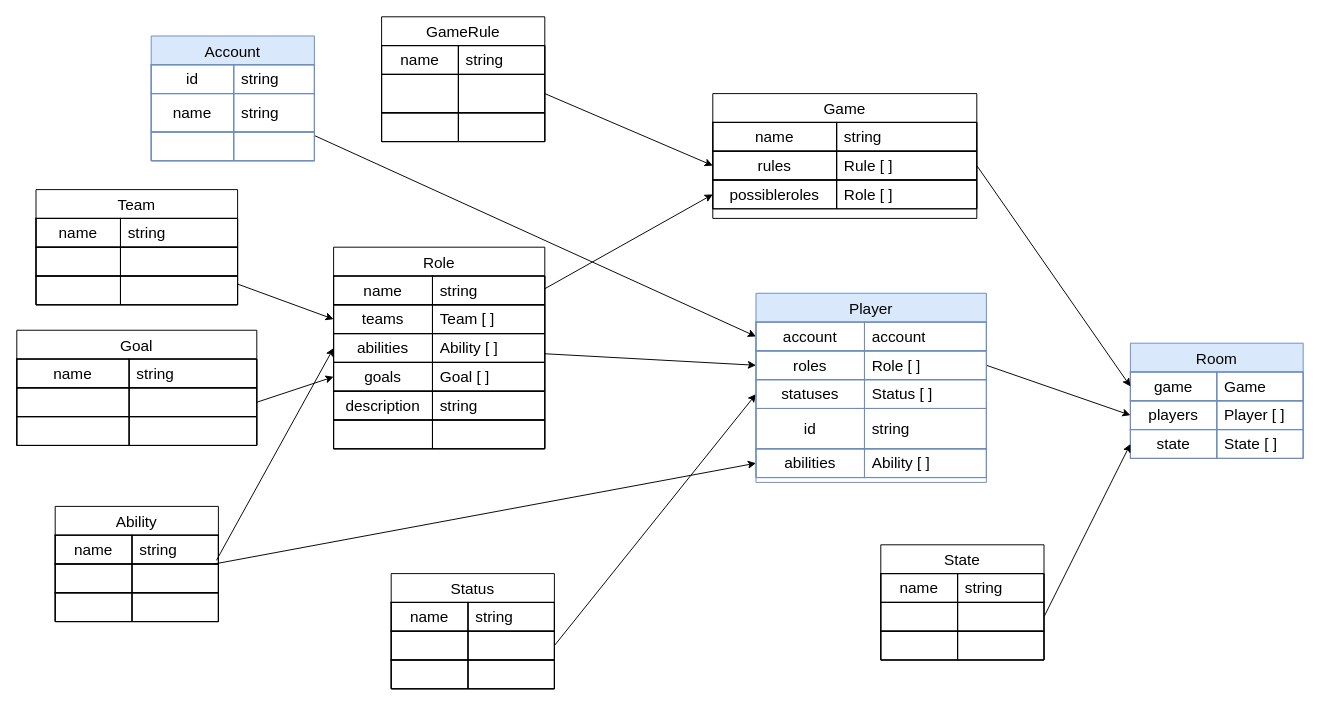
Before: docs/engine.drawio in JohnPBlack89/SlyDevil, a draw.io diagram. Source tidied: cells renumbered, new cells numbered last; positions are measured from the earlier drawing's top-left corner, leaving out a move shared by most shapes. Both pictures are drawn from the tidied source at 96%, with x=0, y=0 at pixel (16, 16).
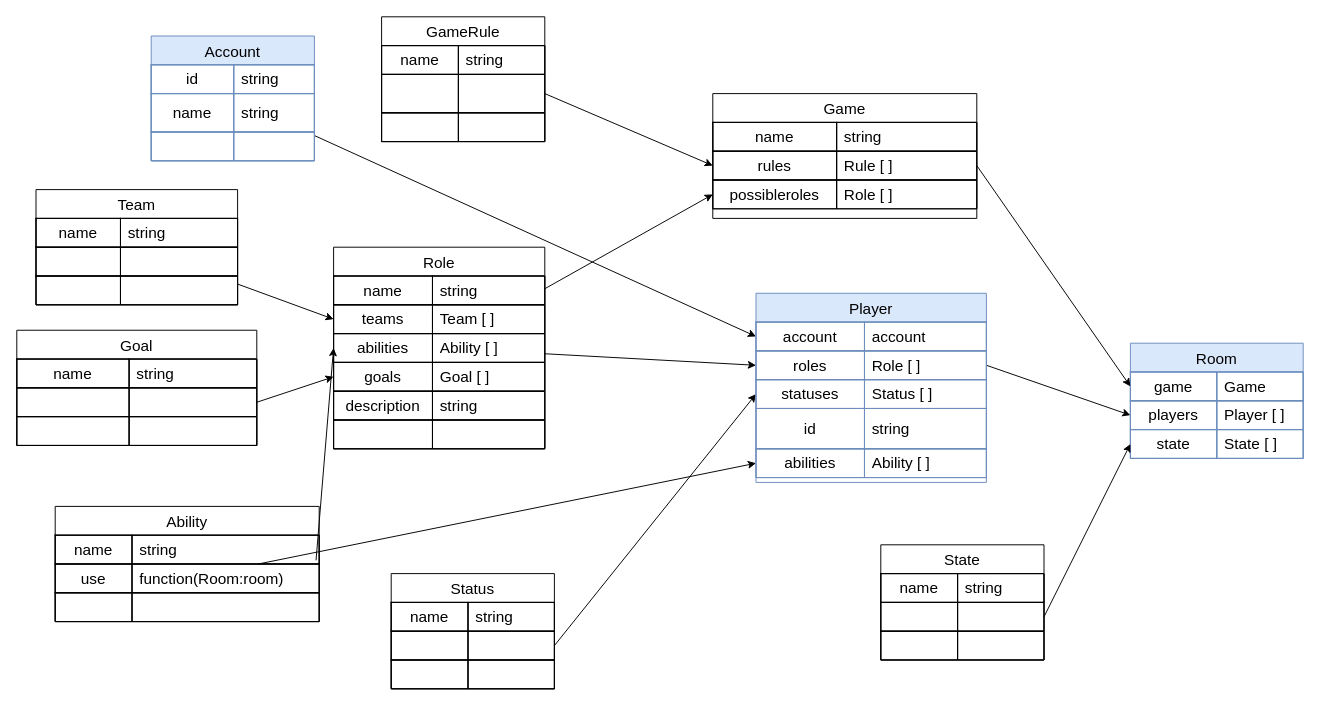
After the change.

Diff of the diagram source:
```diff
@@
     <mxCell id="67" value="Ability" style="shape=table;tableRender=collapsed;startSize=30;childLayout=tableLayout;rowLines=0;fontStyle=0;strokeColor=default;fontSize=16;" parent="1" vertex="1">
-      <mxGeometry x="40" y="510" width="170" height="120" as="geometry" />
+      <mxGeometry x="40" y="510" width="275" height="120" as="geometry" />
     </mxCell>
     <mxCell id="68" style="shape=tableRow;horizontal=0;startSize=0;swimlaneHead=0;swimlaneBody=0;fillColor=none;points=[[0,0.5],[1,0.5]];portConstraint=eastwest;strokeColor=inherit;fontSize=16;" parent="67" vertex="1">
-      <mxGeometry y="30" width="170" height="30" as="geometry" />
+      <mxGeometry y="30" width="275" height="30" as="geometry" />
     </mxCell>
@@
     <mxCell id="70" value="string" style="shape=partialRectangle;html=1;whiteSpace=wrap;fillColor=none;align=left;spacingLeft=6;overflow=hidden;strokeColor=inherit;fontSize=16;" parent="68" vertex="1">
-      <mxGeometry x="80" width="90" height="30" as="geometry" />
+      <mxGeometry x="80" width="195" height="30" as="geometry" />
     </mxCell>
     <mxCell id="71" style="shape=tableRow;horizontal=0;startSize=0;swimlaneHead=0;swimlaneBody=0;fillColor=none;points=[[0,0.5],[1,0.5]];portConstraint=eastwest;strokeColor=inherit;fontSize=16;" parent="67" vertex="1">
-      <mxGeometry y="60" width="170" height="30" as="geometry" />
+      <mxGeometry y="60" width="275" height="30" as="geometry" />
     </mxCell>
-    <mxCell id="72" style="shape=partialRectangle;html=1;whiteSpace=wrap;fillColor=none;overflow=hidden;strokeColor=inherit;fontSize=16;" parent="71" vertex="1">
+    <mxCell id="72" value="use" style="shape=partialRectangle;html=1;whiteSpace=wrap;fillColor=none;overflow=hidden;strokeColor=inherit;fontSize=16;" parent="71" vertex="1">
       <mxGeometry width="80" height="30" as="geometry" />
     </mxCell>
-    <mxCell id="73" style="shape=partialRectangle;html=1;whiteSpace=wrap;fillColor=none;align=left;spacingLeft=6;overflow=hidden;strokeColor=inherit;fontSize=16;" parent="71" vertex="1">
-      <mxGeometry x="80" width="90" height="30" as="geometry" />
+    <mxCell id="73" value="function(Room:room)" style="shape=partialRectangle;html=1;whiteSpace=wrap;fillColor=none;align=left;spacingLeft=6;overflow=hidden;strokeColor=inherit;fontSize=16;" parent="71" vertex="1">
+      <mxGeometry x="80" width="195" height="30" as="geometry" />
     </mxCell>
     <mxCell id="74" style="shape=tableRow;horizontal=0;startSize=0;swimlaneHead=0;swimlaneBody=0;fillColor=none;strokeColor=inherit;fontSize=16;" parent="67" vertex="1">
-      <mxGeometry y="90" width="170" height="30" as="geometry" />
+      <mxGeometry y="90" width="275" height="30" as="geometry" />
     </mxCell>
@@
     <mxCell id="76" style="shape=partialRectangle;html=1;whiteSpace=wrap;fillColor=none;align=left;spacingLeft=6;overflow=hidden;strokeColor=inherit;fontSize=16;" parent="74" vertex="1">
-      <mxGeometry x="80" width="90" height="30" as="geometry" />
+      <mxGeometry x="80" width="195" height="30" as="geometry" />
     </mxCell>
```
